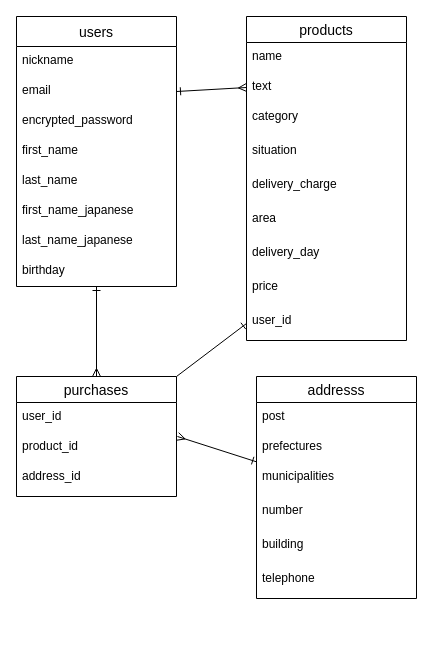
Above: furima.dio in yutasato21/furima-37234 (draw.io), before the change. Source tidied: cells renumbered, new cells numbered last; positions are measured from the earlier drawing's top-left corner, leaving out a move shared by most shapes. Both pictures are drawn from the tidied source at 100%, with x=0, y=0 at pixel (16, 16).
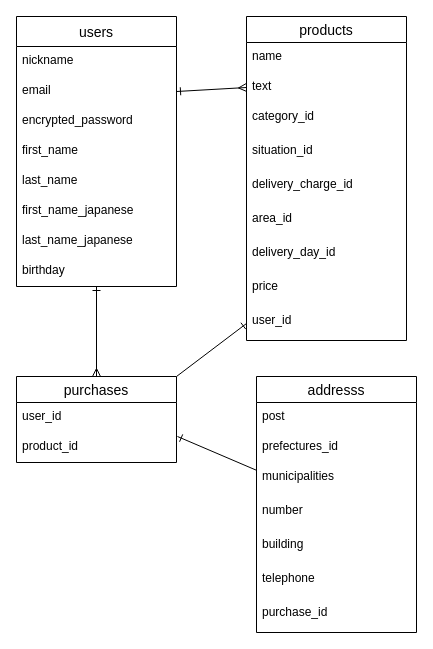
The same diagram, later.

Commit message (it also covers changes not shown here):
ER図、READMEのデータベース設計の記述修正

The change refers to these unchanged cells:
```xml
<mxCell id="13" value="products" style="swimlane;fontStyle=0;horizontal=1;startSize=26;align=center;fontSize=14;" parent="1" vertex="1">
  <mxGeometry x="230" width="160" height="324" as="geometry" />
</mxCell>
<mxCell id="25" value="product_id" style="text;strokeColor=none;fillColor=none;spacingLeft=4;spacingRight=4;overflow=hidden;points=[[0,0.5],[1,0.5]];portConstraint=eastwest;fontSize=12;" parent="23" vertex="1">
  <mxGeometry y="56" width="160" height="30" as="geometry" />
</mxCell>
```

The edit, as a diff of the source:
```diff
@@
-    <mxCell id="16" value="category" style="text;strokeColor=none;fillColor=none;spacingLeft=4;spacingRight=4;overflow=hidden;fontSize=12;" parent="13" vertex="1">
+    <mxCell id="16" value="category_id" style="text;strokeColor=none;fillColor=none;spacingLeft=4;spacingRight=4;overflow=hidden;fontSize=12;" parent="13" vertex="1">
       <mxGeometry y="86" width="160" height="34" as="geometry" />
     </mxCell>
-    <mxCell id="17" value="situation" style="text;strokeColor=none;fillColor=none;spacingLeft=4;spacingRight=4;overflow=hidden;fontSize=12;" parent="13" vertex="1">
+    <mxCell id="17" value="situation_id" style="text;strokeColor=none;fillColor=none;spacingLeft=4;spacingRight=4;overflow=hidden;fontSize=12;" parent="13" vertex="1">
       <mxGeometry y="120" width="160" height="34" as="geometry" />
     </mxCell>
-    <mxCell id="18" value="delivery_charge" style="text;strokeColor=none;fillColor=none;spacingLeft=4;spacingRight=4;overflow=hidden;fontSize=12;" parent="13" vertex="1">
+    <mxCell id="18" value="delivery_charge_id" style="text;strokeColor=none;fillColor=none;spacingLeft=4;spacingRight=4;overflow=hidden;fontSize=12;" parent="13" vertex="1">
       <mxGeometry y="154" width="160" height="34" as="geometry" />
     </mxCell>
-    <mxCell id="19" value="area" style="text;strokeColor=none;fillColor=none;spacingLeft=4;spacingRight=4;overflow=hidden;fontSize=12;" parent="13" vertex="1">
+    <mxCell id="19" value="area_id" style="text;strokeColor=none;fillColor=none;spacingLeft=4;spacingRight=4;overflow=hidden;fontSize=12;" parent="13" vertex="1">
       <mxGeometry y="188" width="160" height="34" as="geometry" />
     </mxCell>
-    <mxCell id="20" value="delivery_day" style="text;strokeColor=none;fillColor=none;spacingLeft=4;spacingRight=4;overflow=hidden;fontSize=12;" parent="13" vertex="1">
+    <mxCell id="20" value="delivery_day_id" style="text;strokeColor=none;fillColor=none;spacingLeft=4;spacingRight=4;overflow=hidden;fontSize=12;" parent="13" vertex="1">
       <mxGeometry y="222" width="160" height="34" as="geometry" />
     </mxCell>
@@
     <mxCell id="23" value="purchases" style="swimlane;fontStyle=0;horizontal=1;startSize=26;align=center;fontSize=14;" parent="1" vertex="1">
-      <mxGeometry y="360" width="160" height="120" as="geometry" />
+      <mxGeometry y="360" width="160" height="86" as="geometry" />
     </mxCell>
@@
-    <mxCell id="26" value="address_id" style="text;strokeColor=none;fillColor=none;spacingLeft=4;spacingRight=4;overflow=hidden;fontSize=12;" parent="23" vertex="1">
-      <mxGeometry y="86" width="160" height="34" as="geometry" />
-    </mxCell>
-    <mxCell id="27" style="edgeStyle=none;html=1;entryX=1.006;entryY=0.133;entryDx=0;entryDy=0;entryPerimeter=0;startArrow=ERone;startFill=0;endArrow=ERmany;endFill=0;" parent="1" edge="1" source="28" target="25">
+    <mxCell id="27" style="edgeStyle=none;html=1;entryX=1.006;entryY=0.133;entryDx=0;entryDy=0;entryPerimeter=0;startArrow=none;startFill=0;endArrow=ERone;endFill=0;" parent="1" edge="1" source="28" target="25">
       <mxGeometry relative="1" as="geometry" />
     </mxCell>
     <mxCell id="28" value="addresss" style="swimlane;fontStyle=0;horizontal=1;startSize=26;align=center;fontSize=14;" parent="1" vertex="1">
-      <mxGeometry x="240" y="360" width="160" height="222" as="geometry" />
+      <mxGeometry x="240" y="360" width="160" height="256" as="geometry" />
     </mxCell>
@@
-    <mxCell id="30" value="prefectures" style="text;strokeColor=none;fillColor=none;spacingLeft=4;spacingRight=4;overflow=hidden;fontSize=12;" parent="28" vertex="1">
+    <mxCell id="30" value="prefectures_id" style="text;strokeColor=none;fillColor=none;spacingLeft=4;spacingRight=4;overflow=hidden;fontSize=12;" parent="28" vertex="1">
       <mxGeometry y="56" width="160" height="30" as="geometry" />
     </mxCell>
@@
+    <mxCell id="36" value="purchase_id" style="text;strokeColor=none;fillColor=none;spacingLeft=4;spacingRight=4;overflow=hidden;fontSize=12;" parent="28" vertex="1">
+      <mxGeometry y="222" width="160" height="34" as="geometry" />
+    </mxCell>
```
